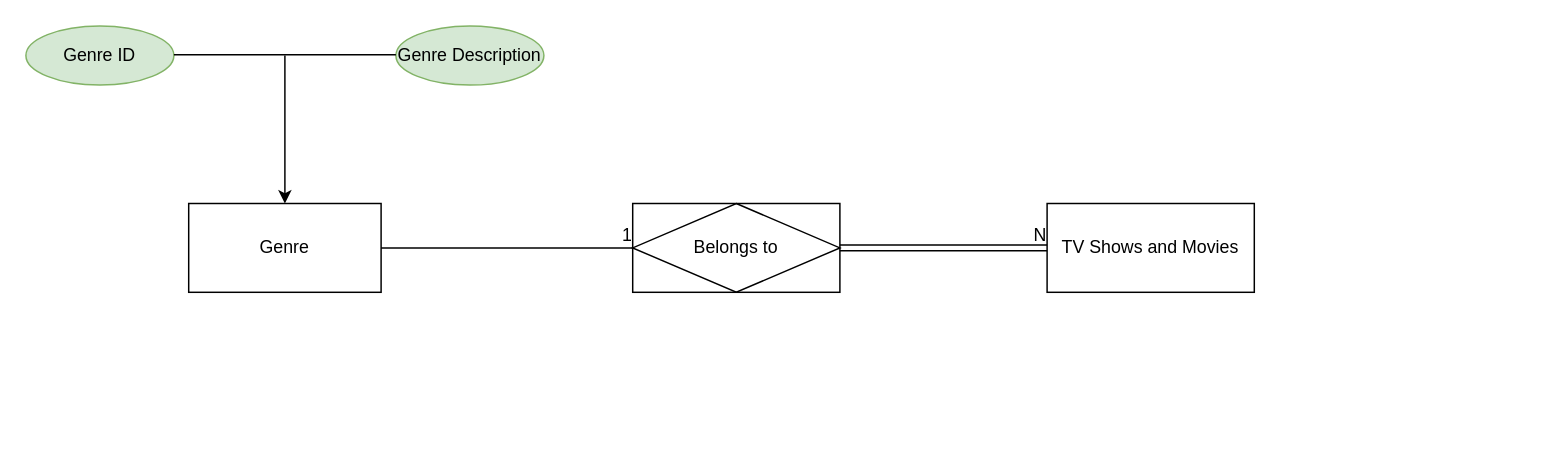
Above: Software Modeling/Netflix Conceptual Diagram.drawio in PlamenGospodinov/Exercises-Part-2 (draw.io), before the change. Source tidied: cells renumbered, new cells numbered last; positions are measured from the earlier drawing's top-left corner, leaving out a move shared by most shapes. Both pictures are drawn from the tidied source at 148%, with x=0, y=0 at pixel (25, 25).
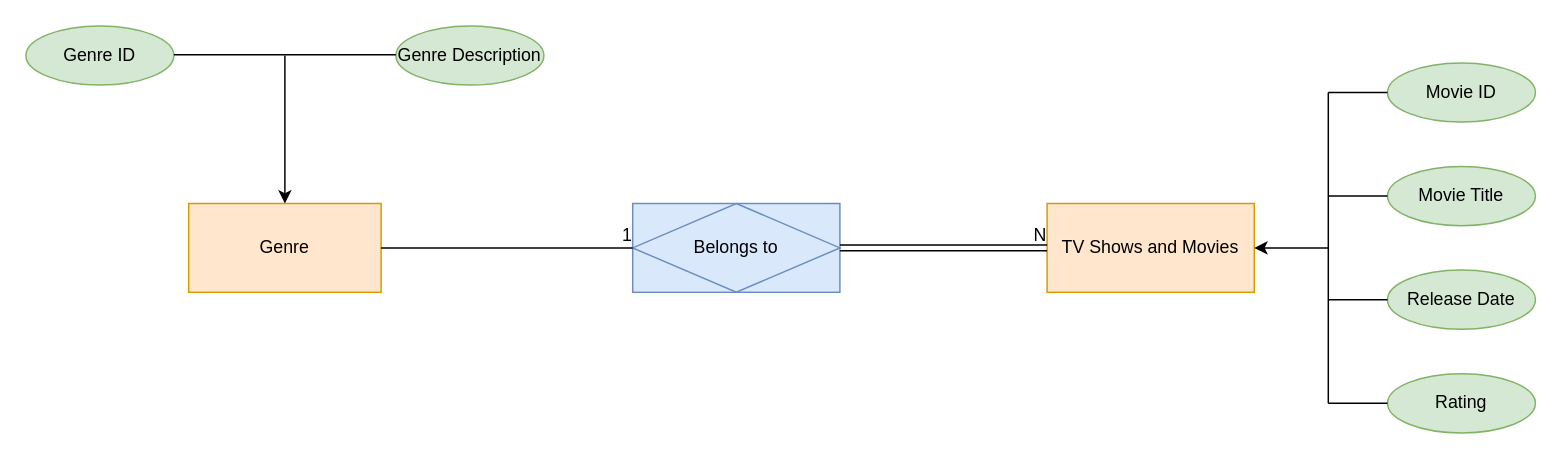
After the change.

Diff of the diagram source:
```diff
@@
-    <mxCell id="2" value="Genre" style="whiteSpace=wrap;html=1;align=center;" parent="1" vertex="1">
+    <mxCell id="2" value="Genre" style="whiteSpace=wrap;html=1;align=center;fillColor=#ffe6cc;strokeColor=#d79b00;" parent="1" vertex="1">
       <mxGeometry x="110" y="120" width="130" height="60" as="geometry" />
     </mxCell>
@@
-    <mxCell id="7" value="Belongs to" style="shape=associativeEntity;whiteSpace=wrap;html=1;align=center;" parent="1" vertex="1">
+    <mxCell id="7" value="Belongs to" style="shape=associativeEntity;whiteSpace=wrap;html=1;align=center;fillColor=#dae8fc;strokeColor=#6c8ebf;" parent="1" vertex="1">
       <mxGeometry x="410" y="120" width="140" height="60" as="geometry" />
     </mxCell>
@@
-    <mxCell id="10" value="TV Shows and Movies" style="whiteSpace=wrap;html=1;align=center;" parent="1" vertex="1">
+    <mxCell id="10" value="TV Shows and Movies" style="whiteSpace=wrap;html=1;align=center;fillColor=#ffe6cc;strokeColor=#d79b00;" parent="1" vertex="1">
       <mxGeometry x="690" y="120" width="140" height="60" as="geometry" />
     </mxCell>
@@
+    <mxCell id="13" value="Movie ID" style="ellipse;whiteSpace=wrap;html=1;align=center;fillColor=#d5e8d4;strokeColor=#82b366;" parent="1" vertex="1">
+      <mxGeometry x="920" y="25" width="100" height="40" as="geometry" />
+    </mxCell>
+    <mxCell id="14" value="Movie Title" style="ellipse;whiteSpace=wrap;html=1;align=center;fillColor=#d5e8d4;strokeColor=#82b366;" parent="1" vertex="1">
+      <mxGeometry x="920" y="95" width="100" height="40" as="geometry" />
+    </mxCell>
+    <mxCell id="15" value="Release Date" style="ellipse;whiteSpace=wrap;html=1;align=center;fillColor=#d5e8d4;strokeColor=#82b366;" parent="1" vertex="1">
+      <mxGeometry x="920" y="165" width="100" height="40" as="geometry" />
+    </mxCell>
+    <mxCell id="16" value="Rating" style="ellipse;whiteSpace=wrap;html=1;align=center;fillColor=#d5e8d4;strokeColor=#82b366;" parent="1" vertex="1">
+      <mxGeometry x="920" y="235" width="100" height="40" as="geometry" />
+    </mxCell>
+    <mxCell id="17" style="endArrow=none;html=1;rounded=0;entryX=0;entryY=0.5;entryDx=0;entryDy=0;" parent="1" edge="1" target="13">
+      <mxGeometry relative="1" as="geometry">
+        <mxPoint x="880" y="45" as="sourcePoint" />
+      </mxGeometry>
+    </mxCell>
+    <mxCell id="18" style="endArrow=none;html=1;rounded=0;entryX=0;entryY=0.5;entryDx=0;entryDy=0;" parent="1" edge="1" target="14">
+      <mxGeometry relative="1" as="geometry">
+        <mxPoint x="880" y="115" as="sourcePoint" />
+      </mxGeometry>
+    </mxCell>
+    <mxCell id="19" style="endArrow=none;html=1;rounded=0;entryX=0;entryY=0.5;entryDx=0;entryDy=0;" parent="1" edge="1" target="15">
+      <mxGeometry relative="1" as="geometry">
+        <mxPoint x="880" y="185" as="sourcePoint" />
+      </mxGeometry>
+    </mxCell>
+    <mxCell id="20" style="endArrow=none;html=1;rounded=0;entryX=0;entryY=0.5;entryDx=0;entryDy=0;" parent="1" edge="1" target="16">
+      <mxGeometry relative="1" as="geometry">
+        <mxPoint x="880" y="255" as="sourcePoint" />
+      </mxGeometry>
+    </mxCell>
+    <mxCell id="21" style="endArrow=none;html=1;rounded=0;" parent="1" edge="1">
+      <mxGeometry relative="1" as="geometry">
+        <mxPoint x="880" y="255" as="sourcePoint" />
+        <mxPoint x="880" y="45" as="targetPoint" />
+      </mxGeometry>
+    </mxCell>
+    <mxCell id="22" style="endArrow=classic;html=1;rounded=0;entryX=1;entryY=0.5;entryDx=0;entryDy=0;" parent="1" edge="1" target="10">
+      <mxGeometry relative="1" as="geometry">
+        <mxPoint x="880" y="150" as="sourcePoint" />
+      </mxGeometry>
+    </mxCell>
```
